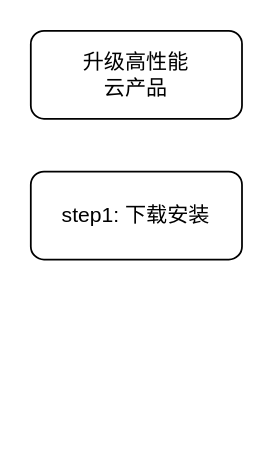
The draw.io diagram 升级流程.drawio in ChenFanTony/iodraw-files, before the edit. Source tidied: cells renumbered, new cells numbered last; positions are measured from the earlier drawing's top-left corner, leaving out a move shared by most shapes. Both pictures are drawn from the tidied source at 176%, with x=0, y=0 at pixel (30, 30).
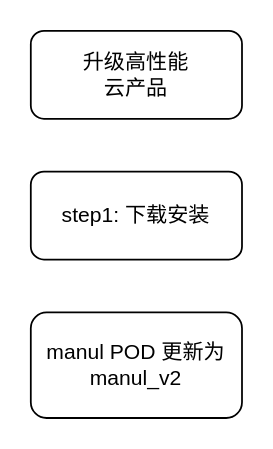
Above is the later version.

Commit message (it also covers changes not shown here):
更新升级流程.drawio

Change to the diagram source:
```diff
@@
 <mxGraphModel>
   <root>
     <mxCell id="0" />
     <mxCell id="1" parent="0" />
     <mxCell id="2" value="升级高性能&lt;div&gt;云产品&lt;/div&gt;" style="rounded=1;whiteSpace=wrap;html=1;" parent="1" vertex="1">
       <mxGeometry width="120" height="50" as="geometry" />
     </mxCell>
     <mxCell id="3" value="step1: 下载安装" style="rounded=1;whiteSpace=wrap;html=1;" parent="1" vertex="1">
       <mxGeometry y="80" width="120" height="50" as="geometry" />
     </mxCell>
+    <mxCell id="4" value="manul POD 更新为 manul_v2" style="rounded=1;whiteSpace=wrap;html=1;" parent="1" vertex="1">
+      <mxGeometry y="160" width="120" height="60" as="geometry" />
+    </mxCell>
   </root>
 </mxGraphModel>
```
